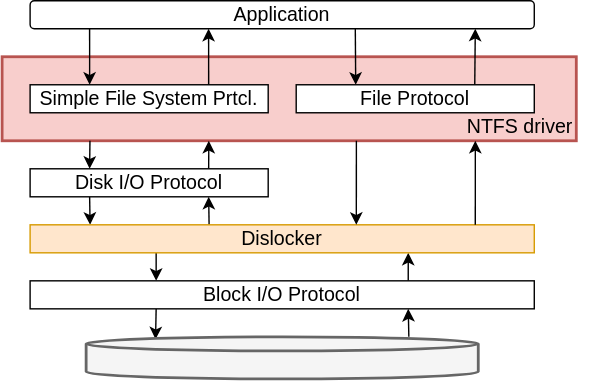
Earlier version of the draw.io export figures/dislocker_volume_access_stack.drawio.svg (powware/bachelor-thesis). Source tidied: cells renumbered, new cells last; positions are measured from the earlier drawing's top-left corner, leaving out a move shared by most shapes. Source of this version:
```xml
<mxGraphModel>
  <root>
    <mxCell id="0" />
    <mxCell id="1" parent="0" />
    <mxCell id="2" style="rounded=0;whiteSpace=wrap;html=1;glass=0;sketch=0;fontSize=14;strokeWidth=2;fillColor=#f8cecc;strokeColor=#b85450;" parent="1" vertex="1">
      <mxGeometry y="40" width="410" height="60" as="geometry" />
    </mxCell>
    <mxCell id="3" value="NTFS driver" style="text;html=1;strokeColor=none;fillColor=none;align=center;verticalAlign=middle;whiteSpace=wrap;rounded=0;glass=0;sketch=0;fontSize=14;" parent="1" vertex="1">
      <mxGeometry x="320" y="80" width="100" height="20" as="geometry" />
    </mxCell>
    <mxCell id="4" value="Application" style="rounded=1;whiteSpace=wrap;html=1;fontSize=14;" parent="1" vertex="1">
      <mxGeometry x="20" width="360" height="20" as="geometry" />
    </mxCell>
    <mxCell id="5" style="edgeStyle=none;html=1;exitX=0.75;exitY=0;exitDx=0;exitDy=0;entryX=0.354;entryY=1;entryDx=0;entryDy=0;entryPerimeter=0;fontSize=14;" parent="1" edge="1" source="7" target="4">
      <mxGeometry relative="1" as="geometry" />
    </mxCell>
    <mxCell id="6" style="edgeStyle=none;html=1;exitX=0.118;exitY=1;exitDx=0;exitDy=0;entryX=0.25;entryY=0;entryDx=0;entryDy=0;fontSize=14;exitPerimeter=0;" parent="1" edge="1" source="4" target="7">
      <mxGeometry relative="1" as="geometry" />
    </mxCell>
    <mxCell id="7" value="Simple File System Prtcl." style="rounded=0;whiteSpace=wrap;html=1;fontSize=14;" parent="1" vertex="1">
      <mxGeometry x="20" y="60" width="170" height="20" as="geometry" />
    </mxCell>
    <mxCell id="8" style="edgeStyle=none;html=1;exitX=0.75;exitY=0;exitDx=0;exitDy=0;entryX=0.36;entryY=1;entryDx=0;entryDy=0;entryPerimeter=0;fontSize=14;" parent="1" edge="1" source="11" target="2">
      <mxGeometry relative="1" as="geometry" />
    </mxCell>
    <mxCell id="9" style="edgeStyle=none;html=1;exitX=0.355;exitY=0;exitDx=0;exitDy=0;entryX=0.75;entryY=1;entryDx=0;entryDy=0;fontSize=14;exitPerimeter=0;" parent="1" edge="1" source="14" target="11">
      <mxGeometry relative="1" as="geometry" />
    </mxCell>
    <mxCell id="10" style="edgeStyle=none;html=1;exitX=0.25;exitY=1;exitDx=0;exitDy=0;entryX=0.119;entryY=0;entryDx=0;entryDy=0;entryPerimeter=0;fontSize=14;" parent="1" edge="1" source="11" target="14">
      <mxGeometry relative="1" as="geometry" />
    </mxCell>
    <mxCell id="11" value="Disk I/O Protocol" style="rounded=0;whiteSpace=wrap;html=1;fontSize=14;" parent="1" vertex="1">
      <mxGeometry x="20" y="120" width="170" height="20" as="geometry" />
    </mxCell>
    <mxCell id="12" style="edgeStyle=none;html=1;exitX=0.25;exitY=1;exitDx=0;exitDy=0;entryX=0.25;entryY=0;entryDx=0;entryDy=0;fontSize=14;" parent="1" edge="1" source="14" target="17">
      <mxGeometry relative="1" as="geometry" />
    </mxCell>
    <mxCell id="13" style="edgeStyle=none;html=1;exitX=0.75;exitY=0;exitDx=0;exitDy=0;entryX=0.75;entryY=1;entryDx=0;entryDy=0;fontSize=14;" parent="1" edge="1" source="17" target="14">
      <mxGeometry relative="1" as="geometry" />
    </mxCell>
    <mxCell id="14" value="Dislocker" style="rounded=0;whiteSpace=wrap;html=1;fontSize=14;fillColor=#ffe6cc;strokeColor=#d79b00;" parent="1" vertex="1">
      <mxGeometry x="20" y="160" width="360" height="20" as="geometry" />
    </mxCell>
    <mxCell id="15" style="edgeStyle=none;html=1;exitX=0.25;exitY=1;exitDx=0;exitDy=0;entryX=0.177;entryY=0.06;entryDx=0;entryDy=0;entryPerimeter=0;fontSize=14;" parent="1" edge="1" source="17" target="23">
      <mxGeometry relative="1" as="geometry" />
    </mxCell>
    <mxCell id="16" style="edgeStyle=none;html=1;exitX=0.823;exitY=0;exitDx=0;exitDy=0;entryX=0.75;entryY=1;entryDx=0;entryDy=0;fontSize=14;exitPerimeter=0;" parent="1" edge="1" source="23" target="17">
      <mxGeometry relative="1" as="geometry" />
    </mxCell>
    <mxCell id="17" value="Block I/O Protocol" style="rounded=0;whiteSpace=wrap;html=1;fontSize=14;" parent="1" vertex="1">
      <mxGeometry x="20" y="200" width="360" height="20" as="geometry" />
    </mxCell>
    <mxCell id="18" style="edgeStyle=none;html=1;exitX=0.645;exitY=1;exitDx=0;exitDy=0;entryX=0.25;entryY=0;entryDx=0;entryDy=0;fontSize=14;exitPerimeter=0;" parent="1" edge="1" source="4" target="22">
      <mxGeometry relative="1" as="geometry" />
    </mxCell>
    <mxCell id="19" style="edgeStyle=none;html=1;exitX=0.75;exitY=0;exitDx=0;exitDy=0;entryX=0.883;entryY=1;entryDx=0;entryDy=0;entryPerimeter=0;fontSize=14;" parent="1" edge="1" source="22" target="4">
      <mxGeometry relative="1" as="geometry" />
    </mxCell>
    <mxCell id="20" style="edgeStyle=none;html=1;entryX=0.647;entryY=0;entryDx=0;entryDy=0;entryPerimeter=0;fontSize=14;exitX=0.617;exitY=1;exitDx=0;exitDy=0;exitPerimeter=0;" parent="1" edge="1" source="2" target="14">
      <mxGeometry relative="1" as="geometry" />
    </mxCell>
    <mxCell id="21" style="edgeStyle=none;html=1;entryX=0.179;entryY=1;entryDx=0;entryDy=0;entryPerimeter=0;fontSize=14;exitX=0.883;exitY=0;exitDx=0;exitDy=0;exitPerimeter=0;" parent="1" edge="1" source="14" target="3">
      <mxGeometry relative="1" as="geometry" />
    </mxCell>
    <mxCell id="22" value="File Protocol" style="rounded=0;whiteSpace=wrap;html=1;fontSize=14;" parent="1" vertex="1">
      <mxGeometry x="210" y="60" width="170" height="20" as="geometry" />
    </mxCell>
    <mxCell id="23" style="strokeWidth=2;html=1;shape=mxgraph.flowchart.database;whiteSpace=wrap;rounded=0;fontSize=14;fillColor=#f5f5f5;fontColor=#333333;strokeColor=#666666;" parent="1" vertex="1">
      <mxGeometry x="60" y="240" width="280" height="30" as="geometry" />
    </mxCell>
    <mxCell id="24" style="edgeStyle=none;html=1;exitX=0.153;exitY=1;exitDx=0;exitDy=0;entryX=0.25;entryY=0;entryDx=0;entryDy=0;fontSize=14;exitPerimeter=0;" parent="1" edge="1" source="2" target="11">
      <mxGeometry relative="1" as="geometry" />
    </mxCell>
  </root>
</mxGraphModel>
```
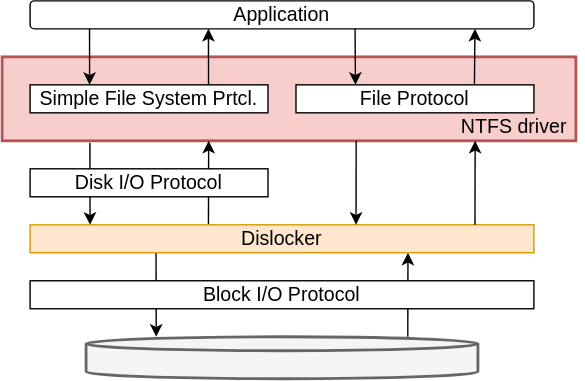
After the change.

Change to the diagram source:
```diff
@@ -6,7 +6,7 @@
       <mxGeometry y="40" width="410" height="60" as="geometry" />
     </mxCell>
     <mxCell id="3" value="NTFS driver" style="text;html=1;strokeColor=none;fillColor=none;align=center;verticalAlign=middle;whiteSpace=wrap;rounded=0;glass=0;sketch=0;fontSize=14;" parent="1" vertex="1">
-      <mxGeometry x="320" y="80" width="100" height="20" as="geometry" />
+      <mxGeometry x="316" y="80" width="100" height="20" as="geometry" />
     </mxCell>
     <mxCell id="4" value="Application" style="rounded=1;whiteSpace=wrap;html=1;fontSize=14;" parent="1" vertex="1">
       <mxGeometry x="20" width="360" height="20" as="geometry" />
@@ -20,33 +20,24 @@
     <mxCell id="7" value="Simple File System Prtcl." style="rounded=0;whiteSpace=wrap;html=1;fontSize=14;" parent="1" vertex="1">
       <mxGeometry x="20" y="60" width="170" height="20" as="geometry" />
     </mxCell>
-    <mxCell id="8" style="edgeStyle=none;html=1;exitX=0.75;exitY=0;exitDx=0;exitDy=0;entryX=0.36;entryY=1;entryDx=0;entryDy=0;entryPerimeter=0;fontSize=14;" parent="1" edge="1" source="11" target="2">
+    <mxCell id="8" style="edgeStyle=none;html=1;exitX=0.354;exitY=0;exitDx=0;exitDy=0;entryX=0.36;entryY=1;entryDx=0;entryDy=0;entryPerimeter=0;fontSize=14;exitPerimeter=0;" parent="1" edge="1" source="14" target="2">
       <mxGeometry relative="1" as="geometry" />
     </mxCell>
-    <mxCell id="9" style="edgeStyle=none;html=1;exitX=0.355;exitY=0;exitDx=0;exitDy=0;entryX=0.75;entryY=1;entryDx=0;entryDy=0;fontSize=14;exitPerimeter=0;" parent="1" edge="1" source="14" target="11">
-      <mxGeometry relative="1" as="geometry" />
-    </mxCell>
-    <mxCell id="10" style="edgeStyle=none;html=1;exitX=0.25;exitY=1;exitDx=0;exitDy=0;entryX=0.119;entryY=0;entryDx=0;entryDy=0;entryPerimeter=0;fontSize=14;" parent="1" edge="1" source="11" target="14">
+    <mxCell id="10" style="edgeStyle=none;html=1;exitX=0.153;exitY=1.022;exitDx=0;exitDy=0;entryX=0.119;entryY=0;entryDx=0;entryDy=0;entryPerimeter=0;fontSize=14;exitPerimeter=0;" parent="1" edge="1" source="2" target="14">
       <mxGeometry relative="1" as="geometry" />
     </mxCell>
     <mxCell id="11" value="Disk I/O Protocol" style="rounded=0;whiteSpace=wrap;html=1;fontSize=14;" parent="1" vertex="1">
       <mxGeometry x="20" y="120" width="170" height="20" as="geometry" />
     </mxCell>
-    <mxCell id="12" style="edgeStyle=none;html=1;exitX=0.25;exitY=1;exitDx=0;exitDy=0;entryX=0.25;entryY=0;entryDx=0;entryDy=0;fontSize=14;" parent="1" edge="1" source="14" target="17">
+    <mxCell id="12" style="edgeStyle=none;html=1;exitX=0.25;exitY=1;exitDx=0;exitDy=0;entryX=0.179;entryY=0;entryDx=0;entryDy=0;fontSize=14;entryPerimeter=0;" parent="1" edge="1" source="14" target="23">
       <mxGeometry relative="1" as="geometry" />
     </mxCell>
-    <mxCell id="13" style="edgeStyle=none;html=1;exitX=0.75;exitY=0;exitDx=0;exitDy=0;entryX=0.75;entryY=1;entryDx=0;entryDy=0;fontSize=14;" parent="1" edge="1" source="17" target="14">
+    <mxCell id="13" style="edgeStyle=none;html=1;exitX=0.821;exitY=0;exitDx=0;exitDy=0;entryX=0.75;entryY=1;entryDx=0;entryDy=0;fontSize=14;exitPerimeter=0;" parent="1" edge="1" source="23" target="14">
       <mxGeometry relative="1" as="geometry" />
     </mxCell>
     <mxCell id="14" value="Dislocker" style="rounded=0;whiteSpace=wrap;html=1;fontSize=14;fillColor=#ffe6cc;strokeColor=#d79b00;" parent="1" vertex="1">
       <mxGeometry x="20" y="160" width="360" height="20" as="geometry" />
     </mxCell>
-    <mxCell id="15" style="edgeStyle=none;html=1;exitX=0.25;exitY=1;exitDx=0;exitDy=0;entryX=0.177;entryY=0.06;entryDx=0;entryDy=0;entryPerimeter=0;fontSize=14;" parent="1" edge="1" source="17" target="23">
-      <mxGeometry relative="1" as="geometry" />
-    </mxCell>
-    <mxCell id="16" style="edgeStyle=none;html=1;exitX=0.823;exitY=0;exitDx=0;exitDy=0;entryX=0.75;entryY=1;entryDx=0;entryDy=0;fontSize=14;exitPerimeter=0;" parent="1" edge="1" source="23" target="17">
-      <mxGeometry relative="1" as="geometry" />
-    </mxCell>
     <mxCell id="17" value="Block I/O Protocol" style="rounded=0;whiteSpace=wrap;html=1;fontSize=14;" parent="1" vertex="1">
       <mxGeometry x="20" y="200" width="360" height="20" as="geometry" />
     </mxCell>
@@ -59,17 +50,16 @@
     <mxCell id="20" style="edgeStyle=none;html=1;entryX=0.647;entryY=0;entryDx=0;entryDy=0;entryPerimeter=0;fontSize=14;exitX=0.617;exitY=1;exitDx=0;exitDy=0;exitPerimeter=0;" parent="1" edge="1" source="2" target="14">
       <mxGeometry relative="1" as="geometry" />
     </mxCell>
-    <mxCell id="21" style="edgeStyle=none;html=1;entryX=0.179;entryY=1;entryDx=0;entryDy=0;entryPerimeter=0;fontSize=14;exitX=0.883;exitY=0;exitDx=0;exitDy=0;exitPerimeter=0;" parent="1" edge="1" source="14" target="3">
-      <mxGeometry relative="1" as="geometry" />
-    </mxCell>
+    <mxCell id="25" style="edgeStyle=none;html=1;entryX=0.883;entryY=0;entryDx=0;entryDy=0;entryPerimeter=0;fontSize=14;exitX=0.883;exitY=0;exitDx=0;exitDy=0;exitPerimeter=0;" parent="1" edge="1" source="14">
+      <mxGeometry relative="1" as="geometry">
+        <mxPoint x="338" y="100" as="targetPoint" />
+      </mxGeometry>
+    </mxCell>
     <mxCell id="22" value="File Protocol" style="rounded=0;whiteSpace=wrap;html=1;fontSize=14;" parent="1" vertex="1">
       <mxGeometry x="210" y="60" width="170" height="20" as="geometry" />
     </mxCell>
     <mxCell id="23" style="strokeWidth=2;html=1;shape=mxgraph.flowchart.database;whiteSpace=wrap;rounded=0;fontSize=14;fillColor=#f5f5f5;fontColor=#333333;strokeColor=#666666;" parent="1" vertex="1">
       <mxGeometry x="60" y="240" width="280" height="30" as="geometry" />
     </mxCell>
-    <mxCell id="24" style="edgeStyle=none;html=1;exitX=0.153;exitY=1;exitDx=0;exitDy=0;entryX=0.25;entryY=0;entryDx=0;entryDy=0;fontSize=14;exitPerimeter=0;" parent="1" edge="1" source="2" target="11">
-      <mxGeometry relative="1" as="geometry" />
-    </mxCell>
   </root>
 </mxGraphModel>
```
